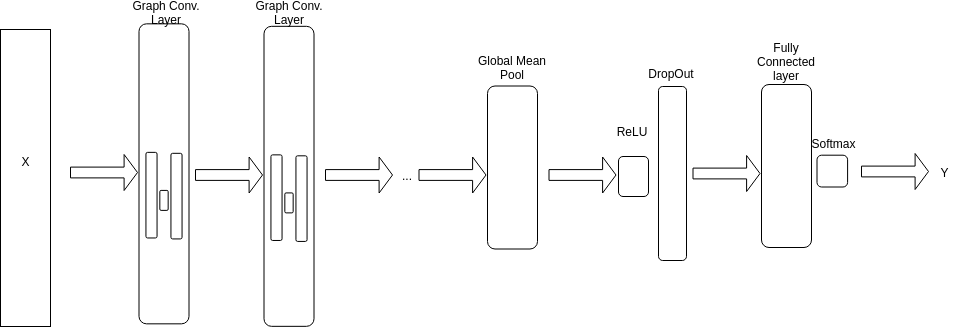
The draw.io diagram doc/img/GN_exp2_GIN.png in presmerats/GNN-MThesis, before a commit. Source tidied: cells renumbered, new cells last; positions are measured from the earlier drawing's top-left corner, leaving out a move shared by most shapes. The source it was exported from:
```xml
<mxGraphModel>
  <root>
    <mxCell id="0" />
    <mxCell id="1" parent="0" />
    <mxCell id="2" style="rounded=1;whiteSpace=wrap;html=1;" parent="1" vertex="1">
      <mxGeometry x="658" y="85" width="28" height="174" as="geometry" />
    </mxCell>
    <mxCell id="3" style="group;" parent="1" vertex="1">
      <mxGeometry y="28" width="50" height="297" as="geometry" />
    </mxCell>
    <mxCell id="4" style="rounded=0;whiteSpace=wrap;html=1;" parent="3" vertex="1">
      <mxGeometry width="50" height="297" as="geometry" />
    </mxCell>
    <mxCell id="5" value="X" style="text;html=1;strokeColor=none;fillColor=none;align=center;verticalAlign=middle;whiteSpace=wrap;rounded=0;" parent="3" vertex="1">
      <mxGeometry x="10.7" y="113.7" width="28.6" height="36.7" as="geometry" />
    </mxCell>
    <mxCell id="6" style="group;" parent="1" vertex="1">
      <mxGeometry x="125.5" y="35" width="130" height="287.3" as="geometry" />
    </mxCell>
    <mxCell id="7" style="group;" parent="6" vertex="1">
      <mxGeometry x="13" y="87.3" width="50" height="200" as="geometry" />
    </mxCell>
    <mxCell id="8" style="rounded=1;whiteSpace=wrap;html=1;" parent="7" vertex="1">
      <mxGeometry y="-100" width="50" height="300" as="geometry" />
    </mxCell>
    <mxCell id="9" style="rounded=1;whiteSpace=wrap;html=1;" parent="7" vertex="1">
      <mxGeometry x="6.9" y="28.5" width="11.1" height="85.6" as="geometry" />
    </mxCell>
    <mxCell id="10" style="rounded=1;whiteSpace=wrap;html=1;" parent="7" vertex="1">
      <mxGeometry x="20.8" y="66.6" width="8.3" height="20" as="geometry" />
    </mxCell>
    <mxCell id="11" style="rounded=1;whiteSpace=wrap;html=1;" parent="7" vertex="1">
      <mxGeometry x="31.9" y="29.5" width="11.1" height="85.6" as="geometry" />
    </mxCell>
    <mxCell id="12" style="shape=singleArrow;whiteSpace=wrap;html=1;" parent="6" vertex="1">
      <mxGeometry x="-55.5" y="118" width="67" height="36" as="geometry" />
    </mxCell>
    <mxCell id="13" style="group;" parent="1" vertex="1">
      <mxGeometry x="250.5" y="37.5" width="141.5" height="287.3" as="geometry" />
    </mxCell>
    <mxCell id="14" style="group;" parent="13" vertex="1">
      <mxGeometry x="13" y="87.3" width="50" height="200" as="geometry" />
    </mxCell>
    <mxCell id="15" style="rounded=1;whiteSpace=wrap;html=1;" parent="14" vertex="1">
      <mxGeometry y="-100" width="50" height="300" as="geometry" />
    </mxCell>
    <mxCell id="16" style="rounded=1;whiteSpace=wrap;html=1;" parent="14" vertex="1">
      <mxGeometry x="6.9" y="28.5" width="11.1" height="85.6" as="geometry" />
    </mxCell>
    <mxCell id="17" style="rounded=1;whiteSpace=wrap;html=1;" parent="14" vertex="1">
      <mxGeometry x="20.8" y="66.6" width="8.3" height="20" as="geometry" />
    </mxCell>
    <mxCell id="18" style="rounded=1;whiteSpace=wrap;html=1;" parent="14" vertex="1">
      <mxGeometry x="31.9" y="29.5" width="11.1" height="85.6" as="geometry" />
    </mxCell>
    <mxCell id="19" style="shape=singleArrow;whiteSpace=wrap;html=1;" parent="13" vertex="1">
      <mxGeometry x="-55.5" y="118" width="67" height="36" as="geometry" />
    </mxCell>
    <mxCell id="20" style="shape=singleArrow;whiteSpace=wrap;html=1;" parent="13" vertex="1">
      <mxGeometry x="74.5" y="118" width="67" height="36" as="geometry" />
    </mxCell>
    <mxCell id="21" value="..." style="text;html=1;strokeColor=none;fillColor=none;align=center;verticalAlign=middle;whiteSpace=wrap;rounded=0;" parent="1" vertex="1">
      <mxGeometry x="386" y="164" width="40" height="20" as="geometry" />
    </mxCell>
    <mxCell id="22" style="group;" parent="1" vertex="1">
      <mxGeometry x="491" y="37.5" width="141.5" height="287.3" as="geometry" />
    </mxCell>
    <mxCell id="23" style="group;" parent="22" vertex="1">
      <mxGeometry x="-4" y="87" width="50" height="123" as="geometry" />
    </mxCell>
    <mxCell id="24" style="rounded=1;whiteSpace=wrap;html=1;" parent="23" vertex="1">
      <mxGeometry y="-40" width="50" height="163" as="geometry" />
    </mxCell>
    <mxCell id="25" value="Global Mean Pool" style="text;html=1;strokeColor=none;fillColor=none;align=center;verticalAlign=middle;whiteSpace=wrap;rounded=0;" parent="22" vertex="1">
      <mxGeometry x="-19" y="17.5" width="80" height="22.6" as="geometry" />
    </mxCell>
    <mxCell id="26" style="shape=singleArrow;whiteSpace=wrap;html=1;" parent="22" vertex="1">
      <mxGeometry x="-72.5" y="118" width="67" height="36" as="geometry" />
    </mxCell>
    <mxCell id="27" style="shape=singleArrow;whiteSpace=wrap;html=1;" parent="22" vertex="1">
      <mxGeometry x="57.5" y="118" width="67" height="36" as="geometry" />
    </mxCell>
    <mxCell id="28" style="group;" parent="1" vertex="1">
      <mxGeometry x="618" y="125" width="53" height="123" as="geometry" />
    </mxCell>
    <mxCell id="29" style="rounded=1;whiteSpace=wrap;html=1;" parent="28" vertex="1">
      <mxGeometry y="30" width="30" height="40" as="geometry" />
    </mxCell>
    <mxCell id="30" value="ReLU" style="text;html=1;strokeColor=none;fillColor=none;align=center;verticalAlign=middle;whiteSpace=wrap;rounded=0;" parent="28" vertex="1">
      <mxGeometry x="-27" y="-6" width="80" height="22.6" as="geometry" />
    </mxCell>
    <mxCell id="31" style="group;" parent="1" vertex="1">
      <mxGeometry x="761" y="123" width="96.5" height="123" as="geometry" />
    </mxCell>
    <mxCell id="32" style="rounded=1;whiteSpace=wrap;html=1;" parent="31" vertex="1">
      <mxGeometry y="-40" width="50" height="163" as="geometry" />
    </mxCell>
    <mxCell id="33" style="group;" parent="31" vertex="1">
      <mxGeometry x="55.5" y="38.5" width="41" height="24" as="geometry" />
    </mxCell>
    <mxCell id="34" style="rounded=1;whiteSpace=wrap;html=1;" parent="33" vertex="1">
      <mxGeometry y="-7.8" width="30.6" height="31.8" as="geometry" />
    </mxCell>
    <mxCell id="35" value="Softmax" style="text;html=1;strokeColor=none;fillColor=none;align=center;verticalAlign=middle;whiteSpace=wrap;rounded=0;" parent="31" vertex="1">
      <mxGeometry x="47.5" y="14.1" width="49" height="9" as="geometry" />
    </mxCell>
    <mxCell id="36" style="shape=singleArrow;whiteSpace=wrap;html=1;" parent="1" vertex="1">
      <mxGeometry x="692.5" y="154" width="67" height="36" as="geometry" />
    </mxCell>
    <mxCell id="37" style="shape=singleArrow;whiteSpace=wrap;html=1;" parent="1" vertex="1">
      <mxGeometry x="861" y="152" width="67" height="36" as="geometry" />
    </mxCell>
    <mxCell id="38" value="Y" style="text;html=1;strokeColor=none;fillColor=none;align=center;verticalAlign=middle;whiteSpace=wrap;rounded=0;" parent="1" vertex="1">
      <mxGeometry x="929.7" y="152.7" width="28.6" height="36.7" as="geometry" />
    </mxCell>
    <mxCell id="39" value="Graph Conv. Layer" style="text;html=1;strokeColor=none;fillColor=none;align=center;verticalAlign=middle;whiteSpace=wrap;rounded=0;" parent="1" vertex="1">
      <mxGeometry x="248.5" width="80" height="22.6" as="geometry" />
    </mxCell>
    <mxCell id="40" value="Graph Conv. Layer" style="text;html=1;strokeColor=none;fillColor=none;align=center;verticalAlign=middle;whiteSpace=wrap;rounded=0;" parent="1" vertex="1">
      <mxGeometry x="125.5" width="80" height="22.6" as="geometry" />
    </mxCell>
    <mxCell id="41" value="DropOut" style="text;html=1;strokeColor=none;fillColor=none;align=center;verticalAlign=middle;whiteSpace=wrap;rounded=0;" parent="1" vertex="1">
      <mxGeometry x="631" y="60.5" width="80" height="22.6" as="geometry" />
    </mxCell>
    <mxCell id="42" value="Fully Connected layer" style="text;html=1;strokeColor=none;fillColor=none;align=center;verticalAlign=middle;whiteSpace=wrap;rounded=0;" parent="1" vertex="1">
      <mxGeometry x="746" y="49" width="80" height="22.6" as="geometry" />
    </mxCell>
  </root>
</mxGraphModel>
```
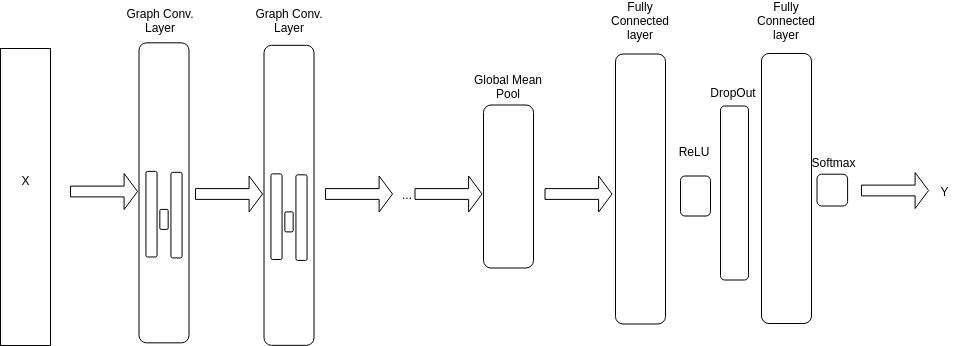
Later version of the same file.

Diff of the diagram source:
```diff
@@ -3,7 +3,7 @@
     <mxCell id="0" />
     <mxCell id="1" parent="0" />
     <mxCell id="2" style="rounded=1;whiteSpace=wrap;html=1;" parent="1" vertex="1">
-      <mxGeometry x="658" y="85" width="28" height="174" as="geometry" />
+      <mxGeometry x="720" y="85.5" width="28" height="174" as="geometry" />
     </mxCell>
     <mxCell id="3" style="group;" parent="1" vertex="1">
       <mxGeometry y="28" width="50" height="297" as="geometry" />
@@ -63,7 +63,7 @@
       <mxGeometry x="386" y="164" width="40" height="20" as="geometry" />
     </mxCell>
     <mxCell id="22" style="group;" parent="1" vertex="1">
-      <mxGeometry x="491" y="37.5" width="141.5" height="287.3" as="geometry" />
+      <mxGeometry x="487" y="37.5" width="141.5" height="287.3" as="geometry" />
     </mxCell>
     <mxCell id="23" style="group;" parent="22" vertex="1">
       <mxGeometry x="-4" y="87" width="50" height="123" as="geometry" />
@@ -81,7 +81,7 @@
       <mxGeometry x="57.5" y="118" width="67" height="36" as="geometry" />
     </mxCell>
     <mxCell id="28" style="group;" parent="1" vertex="1">
-      <mxGeometry x="618" y="125" width="53" height="123" as="geometry" />
+      <mxGeometry x="680" y="125.5" width="53" height="123" as="geometry" />
     </mxCell>
     <mxCell id="29" style="rounded=1;whiteSpace=wrap;html=1;" parent="28" vertex="1">
       <mxGeometry y="30" width="30" height="40" as="geometry" />
@@ -90,10 +90,10 @@
       <mxGeometry x="-27" y="-6" width="80" height="22.6" as="geometry" />
     </mxCell>
     <mxCell id="31" style="group;" parent="1" vertex="1">
-      <mxGeometry x="761" y="123" width="96.5" height="123" as="geometry" />
+      <mxGeometry x="761" y="123" width="96.5" height="180" as="geometry" />
     </mxCell>
     <mxCell id="32" style="rounded=1;whiteSpace=wrap;html=1;" parent="31" vertex="1">
-      <mxGeometry y="-40" width="50" height="163" as="geometry" />
+      <mxGeometry y="-90" width="50" height="270" as="geometry" />
     </mxCell>
     <mxCell id="33" style="group;" parent="31" vertex="1">
       <mxGeometry x="55.5" y="38.5" width="41" height="24" as="geometry" />
@@ -104,9 +104,6 @@
     <mxCell id="35" value="Softmax" style="text;html=1;strokeColor=none;fillColor=none;align=center;verticalAlign=middle;whiteSpace=wrap;rounded=0;" parent="31" vertex="1">
       <mxGeometry x="47.5" y="14.1" width="49" height="9" as="geometry" />
     </mxCell>
-    <mxCell id="36" style="shape=singleArrow;whiteSpace=wrap;html=1;" parent="1" vertex="1">
-      <mxGeometry x="692.5" y="154" width="67" height="36" as="geometry" />
-    </mxCell>
     <mxCell id="37" style="shape=singleArrow;whiteSpace=wrap;html=1;" parent="1" vertex="1">
       <mxGeometry x="861" y="152" width="67" height="36" as="geometry" />
     </mxCell>
@@ -114,16 +111,22 @@
       <mxGeometry x="929.7" y="152.7" width="28.6" height="36.7" as="geometry" />
     </mxCell>
     <mxCell id="39" value="Graph Conv. Layer" style="text;html=1;strokeColor=none;fillColor=none;align=center;verticalAlign=middle;whiteSpace=wrap;rounded=0;" parent="1" vertex="1">
-      <mxGeometry x="248.5" width="80" height="22.6" as="geometry" />
+      <mxGeometry x="248.5" y="-11.5" width="80" height="22.6" as="geometry" />
     </mxCell>
     <mxCell id="40" value="Graph Conv. Layer" style="text;html=1;strokeColor=none;fillColor=none;align=center;verticalAlign=middle;whiteSpace=wrap;rounded=0;" parent="1" vertex="1">
-      <mxGeometry x="125.5" width="80" height="22.6" as="geometry" />
+      <mxGeometry x="119.5" y="-11.5" width="80" height="22.6" as="geometry" />
     </mxCell>
     <mxCell id="41" value="DropOut" style="text;html=1;strokeColor=none;fillColor=none;align=center;verticalAlign=middle;whiteSpace=wrap;rounded=0;" parent="1" vertex="1">
-      <mxGeometry x="631" y="60.5" width="80" height="22.6" as="geometry" />
+      <mxGeometry x="693" y="61" width="80" height="22.6" as="geometry" />
     </mxCell>
     <mxCell id="42" value="Fully Connected layer" style="text;html=1;strokeColor=none;fillColor=none;align=center;verticalAlign=middle;whiteSpace=wrap;rounded=0;" parent="1" vertex="1">
-      <mxGeometry x="746" y="49" width="80" height="22.6" as="geometry" />
+      <mxGeometry x="746" y="-11.5" width="80" height="22.6" as="geometry" />
     </mxCell>
+    <mxCell id="43" style="rounded=1;whiteSpace=wrap;html=1;" parent="1" vertex="1">
+      <mxGeometry x="615" y="33.5" width="50" height="270" as="geometry" />
+    </mxCell>
+    <mxCell id="44" value="Fully Connected layer" style="text;html=1;strokeColor=none;fillColor=none;align=center;verticalAlign=middle;whiteSpace=wrap;rounded=0;" parent="1" vertex="1">
+      <mxGeometry x="600" y="-11" width="80" height="22.6" as="geometry" />
+    </mxCell>
   </root>
 </mxGraphModel>
```
